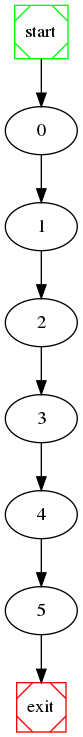
Earlier version of the Graphviz export wpc/raw_graph.png (NabeelQaiser/BTP_2k18-19). Its source is kept beside it as wpc/raw_graph.dot.
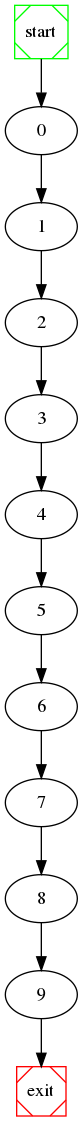
The same file after the commit.

What changed in the source:
```diff
@@ -6,7 +6,11 @@
 	2 -> 3 ;
 	3 -> 4 ;
 	4 -> 5 ;
-	5 -> exit;
+	5 -> 6 ;
+	6 -> 7 ;
+	7 -> 8 ;
+	8 -> 9 ;
+	9 -> exit;
 
 	start [shape=Msquare, color=green];
 	exit [shape=Msquare, color=red];
```
